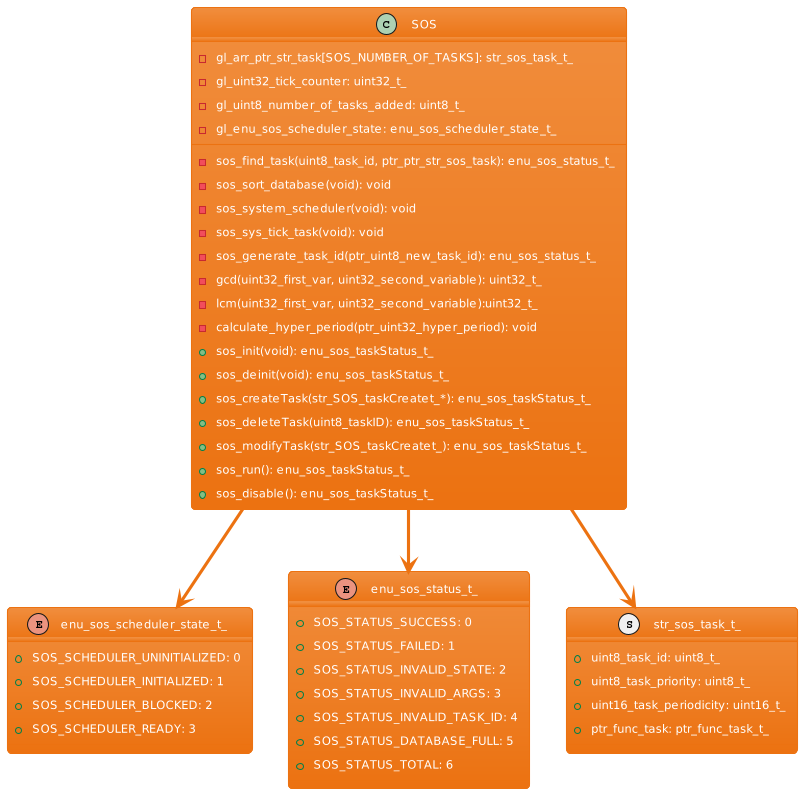
Above: Documents/Diagrams/ClassDiagram.png in TheGreatEtsh/SmallOperatingSystem-Project_ATmega32-Sprints (PlantUML), before the change.
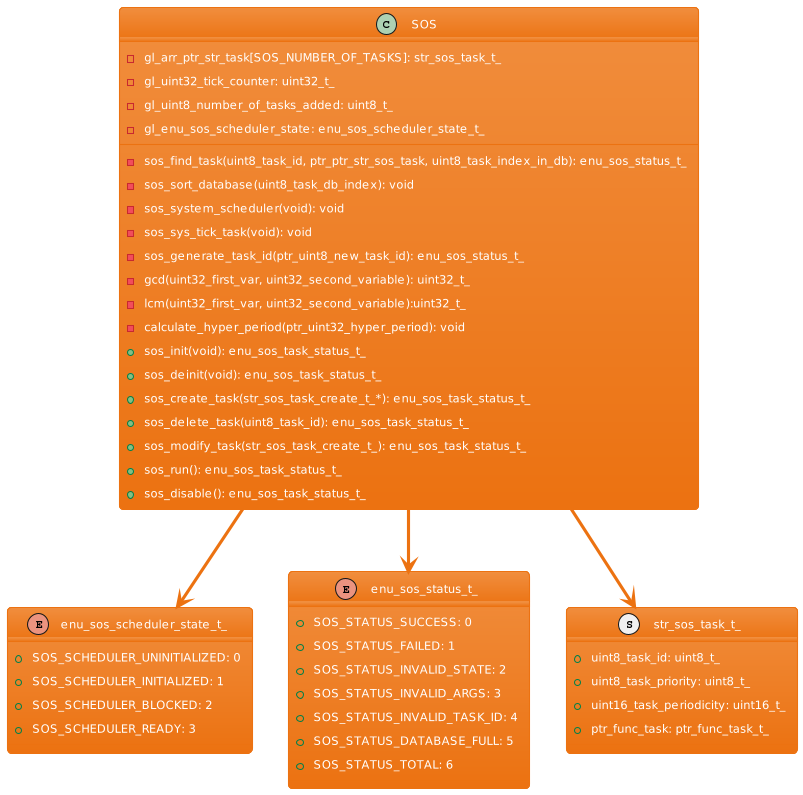
After the commit.

Commit message:
add (Design): PDF & Class Diagram

Change to the diagram source:
```diff
@@ -7,21 +7,21 @@
 - gl_uint32_tick_counter: uint32_t_
 - gl_uint8_number_of_tasks_added: uint8_t_
 - gl_enu_sos_scheduler_state: enu_sos_scheduler_state_t_
-- sos_find_task(uint8_task_id, ptr_ptr_str_sos_task): enu_sos_status_t_
-- sos_sort_database(void): void
+- sos_find_task(uint8_task_id, ptr_ptr_str_sos_task, uint8_task_index_in_db): enu_sos_status_t_
+- sos_sort_database(uint8_task_db_index): void
 - sos_system_scheduler(void): void
 - sos_sys_tick_task(void): void
 - sos_generate_task_id(ptr_uint8_new_task_id): enu_sos_status_t_
 - gcd(uint32_first_var, uint32_second_variable): uint32_t_
 - lcm(uint32_first_var, uint32_second_variable):uint32_t_
 - calculate_hyper_period(ptr_uint32_hyper_period): void
-+ sos_init(void): enu_sos_taskStatus_t_
-+ sos_deinit(void): enu_sos_taskStatus_t_
-+ sos_createTask(str_SOS_taskCreatet_*): enu_sos_taskStatus_t_
-+ sos_deleteTask(uint8_taskID): enu_sos_taskStatus_t_
-+ sos_modifyTask(str_SOS_taskCreatet_): enu_sos_taskStatus_t_
-+ sos_run(): enu_sos_taskStatus_t_
-+ sos_disable(): enu_sos_taskStatus_t_
++ sos_init(void): enu_sos_task_status_t_
++ sos_deinit(void): enu_sos_task_status_t_
++ sos_create_task(str_sos_task_create_t_*): enu_sos_task_status_t_
++ sos_delete_task(uint8_task_id): enu_sos_task_status_t_
++ sos_modify_task(str_sos_task_create_t_): enu_sos_task_status_t_
++ sos_run(): enu_sos_task_status_t_
++ sos_disable(): enu_sos_task_status_t_
 }
 
 enum enu_sos_scheduler_state_t_{
```
